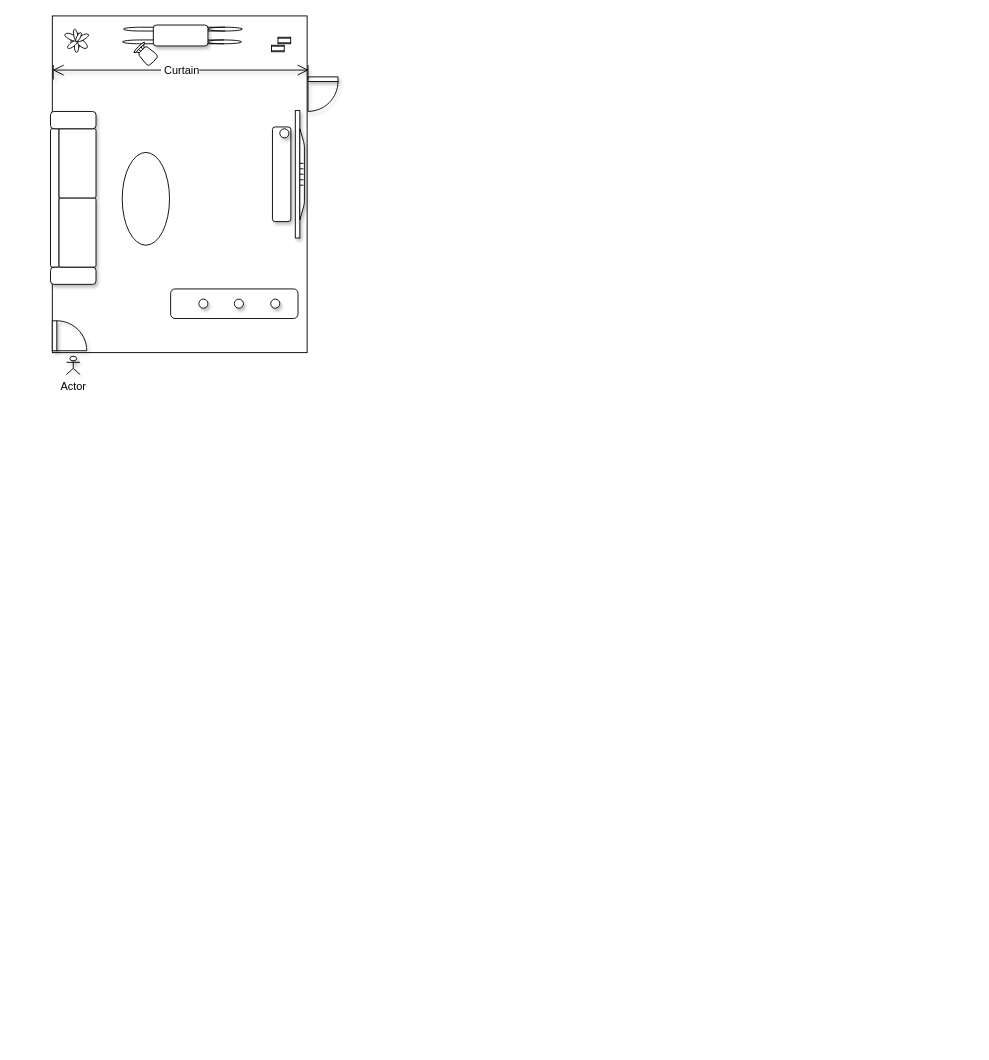
The draw.io diagram PowerofAqara.drawio in UTOUUCENTER-CD/Adv-Mathematics, before the edit. Source tidied: cells renumbered, new cells numbered last; positions are measured from the earlier drawing's top-left corner, leaving out a move shared by most shapes. Both pictures are drawn from the tidied source at 91%, with x=0, y=0 at pixel (-14, -31).
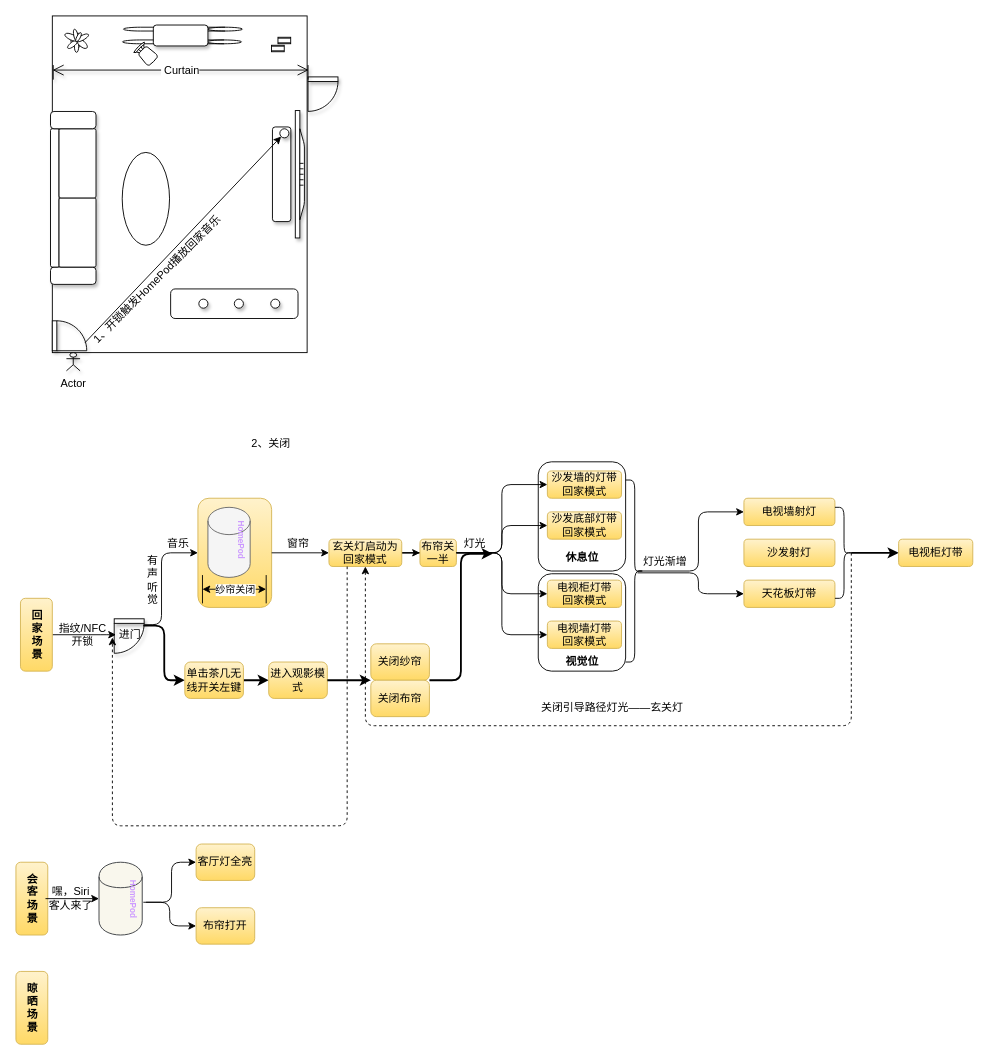
Above is the later version.

The change refers to these unchanged cells:
```xml
<mxCell id="9" style="ellipse;whiteSpace=wrap;html=1;shadow=1;" parent="1" vertex="1">
  <mxGeometry x="322" y="175" width="10" height="10" as="geometry" />
</mxCell>
<mxCell id="11" style="verticalLabelPosition=bottom;html=1;verticalAlign=top;align=center;shape=mxgraph.floorplan.doorRight;shadow=1;rotation=-90;flipH=1;" parent="1" vertex="1">
  <mxGeometry x="73" y="385" width="32.9" height="35" as="geometry" />
</mxCell>
```

Diff of the diagram source:
```diff
@@
+    <mxCell id="24" style="rounded=1;whiteSpace=wrap;html=1;shadow=0;" parent="1" vertex="1">
+      <mxGeometry x="606" y="664" width="96" height="107" as="geometry" />
+    </mxCell>
+    <mxCell id="25" style="rounded=1;whiteSpace=wrap;html=1;shadow=0;" parent="1" vertex="1">
+      <mxGeometry x="606" y="541" width="96" height="120" as="geometry" />
+    </mxCell>
@@
     <mxCell id="3" value="Actor" style="shape=umlActor;verticalLabelPosition=bottom;verticalAlign=top;html=1;shadow=1;" parent="1" vertex="1">
-      <mxGeometry x="87.5" y="425" width="15" height="20" as="geometry" />
+      <mxGeometry x="87.5" y="421" width="15" height="20" as="geometry" />
     </mxCell>
@@
+    <mxCell id="26" style="group;" parent="1" vertex="1">
+      <mxGeometry x="243" y="591" width="72.4" height="110" as="geometry" />
+    </mxCell>
+    <mxCell id="27" style="rounded=1;whiteSpace=wrap;html=1;shadow=0;gradientColor=#ffd966;fillColor=#fff2cc;strokeColor=#d6b656;" parent="26" vertex="1">
+      <mxGeometry x="-11" y="-10" width="81" height="120" as="geometry" />
+    </mxCell>
+    <mxCell id="28" style="shape=cylinder3;whiteSpace=wrap;html=1;boundedLbl=1;backgroundOutline=1;size=15;shadow=0;fillColor=#f5f5f5;strokeColor=#666666;fontColor=#333333;" parent="26" vertex="1">
+      <mxGeometry width="46.4" height="77" as="geometry" />
+    </mxCell>
+    <mxCell id="29" value="&lt;b&gt;&lt;font style=&quot;font-size: 9px&quot; color=&quot;#cc99ff&quot;&gt;HomePod&lt;/font&gt;&lt;/b&gt;" style="text;html=1;align=center;verticalAlign=middle;rotation=90;" parent="26" vertex="1">
+      <mxGeometry x="2.4" y="26" width="70" height="20" as="geometry" />
+    </mxCell>
+    <mxCell id="30" style="endArrow=classic;html=1;exitX=0.728;exitY=1.029;exitDx=0;exitDy=0;exitPerimeter=0;entryX=0;entryY=1;entryDx=0;entryDy=0;" parent="1" edge="1" source="11" target="9">
+      <mxGeometry relative="1" as="geometry" />
+    </mxCell>
+    <mxCell id="31" value="1、开锁触发HomePod播放回家音乐" style="text;html=1;align=center;verticalAlign=middle;rotation=-45;" parent="1" vertex="1">
+      <mxGeometry x="82" y="331" width="210" height="20" as="geometry" />
+    </mxCell>
+    <mxCell id="32" value="2、关闭" style="text;html=1;align=center;verticalAlign=middle;" parent="1" vertex="1">
+      <mxGeometry x="282" y="511" width="60" height="20" as="geometry" />
+    </mxCell>
+    <mxCell id="33" style="edgeStyle=elbowEdgeStyle;elbow=horizontal;endArrow=classic;html=1;exitX=1;exitY=0.5;exitDx=0;exitDy=0;" parent="1" edge="1" source="34">
+      <mxGeometry relative="1" as="geometry">
+        <mxPoint x="142" y="731" as="targetPoint" />
+        <Array as="points">
+          <mxPoint x="126.7" y="740.5" />
+        </Array>
+      </mxGeometry>
+    </mxCell>
+    <mxCell id="34" style="rounded=1;whiteSpace=wrap;html=1;shadow=0;gradientColor=#ffd966;fillColor=#fff2cc;strokeColor=#d6b656;" parent="1" vertex="1">
+      <mxGeometry x="37" y="691" width="35" height="80" as="geometry" />
+    </mxCell>
+    <mxCell id="35" value="&lt;b&gt;回&lt;br&gt;家&lt;br&gt;场&lt;br&gt;景&lt;/b&gt;" style="text;html=1;align=center;verticalAlign=middle;" parent="1" vertex="1">
+      <mxGeometry x="39.5" y="701" width="30" height="60" as="geometry" />
+    </mxCell>
+    <mxCell id="36" value="指纹/NFC&lt;br&gt;开锁" style="text;html=1;align=center;verticalAlign=middle;" parent="1" vertex="1">
+      <mxGeometry x="70" y="716" width="70" height="30" as="geometry" />
+    </mxCell>
+    <mxCell id="37" style="verticalLabelPosition=bottom;html=1;verticalAlign=top;align=center;shape=mxgraph.floorplan.doorRight;shadow=1;rotation=0;flipH=1;" parent="1" vertex="1">
+      <mxGeometry x="140" y="713.5" width="32.9" height="35" as="geometry" />
+    </mxCell>
+    <mxCell id="38" value="进门" style="text;html=1;align=center;verticalAlign=middle;points=[];" parent="1" vertex="1">
+      <mxGeometry x="136.5" y="721" width="40" height="20" as="geometry" />
+    </mxCell>
+    <mxCell id="39" style="edgeStyle=elbowEdgeStyle;elbow=horizontal;endArrow=classic;html=1;exitX=0.913;exitY=-0.05;exitDx=0;exitDy=0;exitPerimeter=0;entryX=0;entryY=0.5;entryDx=0;entryDy=0;" parent="1" edge="1" source="38" target="27">
+      <mxGeometry relative="1" as="geometry">
+        <Array as="points">
+          <mxPoint x="192" y="691" />
+        </Array>
+      </mxGeometry>
+    </mxCell>
+    <mxCell id="40" style="shape=partialRectangle;whiteSpace=wrap;html=1;left=0;right=0;fillColor=none;shadow=0;rotation=90;" parent="1" vertex="1">
+      <mxGeometry x="257" y="646" width="30" height="70" as="geometry" />
+    </mxCell>
+    <mxCell id="41" style="endArrow=classic;startArrow=classic;html=1;exitX=0.5;exitY=1;exitDx=0;exitDy=0;entryX=0.5;entryY=0;entryDx=0;entryDy=0;" parent="1" edge="1" source="40" target="40">
+      <mxGeometry relative="1" as="geometry" />
+    </mxCell>
+    <mxCell id="42" value="纱帘关闭" style="edgeLabel;html=1;align=center;verticalAlign=middle;" parent="41" vertex="1">
+      <mxGeometry x="-0.37" relative="1" as="geometry">
+        <mxPoint x="13" as="offset" />
+      </mxGeometry>
+    </mxCell>
+    <mxCell id="43" style="edgeStyle=orthogonalEdgeStyle;rounded=0;jettySize=auto;html=1;" parent="1" edge="1" source="44" target="46">
+      <mxGeometry relative="1" as="geometry" />
+    </mxCell>
+    <mxCell id="44" value="玄关灯启动为回家模式" style="whiteSpace=wrap;html=1;rounded=1;shadow=0;strokeColor=#d6b656;fillColor=#fff2cc;gradientColor=#ffd966;" parent="1" vertex="1">
+      <mxGeometry x="376" y="626" width="80" height="30" as="geometry" />
+    </mxCell>
+    <mxCell id="45" style="edgeStyle=orthogonalEdgeStyle;rounded=0;jettySize=auto;html=1;" parent="1" edge="1" source="27" target="44">
+      <mxGeometry relative="1" as="geometry" />
+    </mxCell>
+    <mxCell id="46" value="布帘关一半" style="whiteSpace=wrap;html=1;rounded=1;shadow=0;strokeColor=#d6b656;fillColor=#fff2cc;gradientColor=#ffd966;" parent="1" vertex="1">
+      <mxGeometry x="476" y="626" width="40" height="30" as="geometry" />
+    </mxCell>
+    <mxCell id="47" value="沙发墙的灯带回家模式" style="whiteSpace=wrap;html=1;rounded=1;shadow=0;strokeColor=#d6b656;fillColor=#fff2cc;gradientColor=#ffd966;" parent="1" vertex="1">
+      <mxGeometry x="616" y="551" width="81.5" height="30" as="geometry" />
+    </mxCell>
+    <mxCell id="48" value="沙发底部灯带回家模式" style="whiteSpace=wrap;html=1;rounded=1;shadow=0;strokeColor=#d6b656;fillColor=#fff2cc;gradientColor=#ffd966;" parent="1" vertex="1">
+      <mxGeometry x="616" y="596" width="81.5" height="30" as="geometry" />
+    </mxCell>
+    <mxCell id="49" style="edgeStyle=elbowEdgeStyle;elbow=horizontal;endArrow=classic;html=1;exitX=1;exitY=0.5;exitDx=0;exitDy=0;entryX=0;entryY=0.5;entryDx=0;entryDy=0;" parent="1" edge="1" source="46" target="47">
+      <mxGeometry relative="1" as="geometry" />
+    </mxCell>
+    <mxCell id="50" style="edgeStyle=elbowEdgeStyle;elbow=horizontal;endArrow=classic;html=1;exitX=1;exitY=0.5;exitDx=0;exitDy=0;entryX=0;entryY=0.5;entryDx=0;entryDy=0;" parent="1" edge="1" source="46" target="48">
+      <mxGeometry relative="1" as="geometry" />
+    </mxCell>
+    <mxCell id="51" value="电视柜灯带&lt;br&gt;回家模式" style="whiteSpace=wrap;html=1;rounded=1;shadow=0;strokeColor=#d6b656;fillColor=#fff2cc;gradientColor=#ffd966;" parent="1" vertex="1">
+      <mxGeometry x="616" y="671" width="81.5" height="30" as="geometry" />
+    </mxCell>
+    <mxCell id="52" style="edgeStyle=elbowEdgeStyle;elbow=horizontal;endArrow=classic;html=1;exitX=1;exitY=0.5;exitDx=0;exitDy=0;entryX=0;entryY=0.5;entryDx=0;entryDy=0;" parent="1" edge="1" source="46" target="51">
+      <mxGeometry relative="1" as="geometry" />
+    </mxCell>
+    <mxCell id="53" value="电视墙灯带&lt;br&gt;回家模式" style="whiteSpace=wrap;html=1;rounded=1;shadow=0;strokeColor=#d6b656;fillColor=#fff2cc;gradientColor=#ffd966;" parent="1" vertex="1">
+      <mxGeometry x="616" y="716" width="81.5" height="30" as="geometry" />
+    </mxCell>
+    <mxCell id="54" style="edgeStyle=elbowEdgeStyle;elbow=horizontal;endArrow=classic;html=1;exitX=1;exitY=0.5;exitDx=0;exitDy=0;entryX=0;entryY=0.5;entryDx=0;entryDy=0;" parent="1" edge="1" source="46" target="53">
+      <mxGeometry relative="1" as="geometry" />
+    </mxCell>
+    <mxCell id="55" value="灯光" style="text;html=1;align=center;verticalAlign=middle;points=[];" parent="1" vertex="1">
+      <mxGeometry x="516" y="621" width="40" height="20" as="geometry" />
+    </mxCell>
+    <mxCell id="56" value="音乐" style="text;html=1;align=center;verticalAlign=middle;" parent="1" vertex="1">
+      <mxGeometry x="190" y="621" width="40" height="20" as="geometry" />
+    </mxCell>
+    <mxCell id="57" value="窗帘" style="text;html=1;align=center;verticalAlign=middle;" parent="1" vertex="1">
+      <mxGeometry x="322" y="621" width="40" height="20" as="geometry" />
+    </mxCell>
+    <mxCell id="58" value="&lt;b&gt;休息位&lt;/b&gt;" style="text;html=1;align=center;verticalAlign=middle;" parent="1" vertex="1">
+      <mxGeometry x="629" y="636" width="50" height="20" as="geometry" />
+    </mxCell>
+    <mxCell id="59" value="&lt;b&gt;视觉位&lt;/b&gt;" style="text;html=1;align=center;verticalAlign=middle;" parent="1" vertex="1">
+      <mxGeometry x="629" y="751" width="50" height="20" as="geometry" />
+    </mxCell>
+    <mxCell id="60" value="有&lt;br&gt;声&lt;br&gt;听&lt;br&gt;觉" style="text;html=1;align=center;verticalAlign=middle;rotation=0;" parent="1" vertex="1">
+      <mxGeometry x="166.7" y="641" width="30" height="60" as="geometry" />
+    </mxCell>
+    <mxCell id="61" style="shape=curlyBracket;whiteSpace=wrap;html=1;rounded=1;shadow=0;rotation=-180;" parent="1" vertex="1">
+      <mxGeometry x="702" y="561" width="20" height="200" as="geometry" />
+    </mxCell>
+    <mxCell id="62" value="电视墙射灯" style="whiteSpace=wrap;html=1;rounded=1;shadow=0;gradientColor=#ffd966;fillColor=#fff2cc;strokeColor=#d6b656;" parent="1" vertex="1">
+      <mxGeometry x="832" y="581" width="100" height="30" as="geometry" />
+    </mxCell>
+    <mxCell id="63" value="灯光渐增" style="text;html=1;align=center;verticalAlign=middle;points=[];" parent="1" vertex="1">
+      <mxGeometry x="715" y="641" width="60" height="20" as="geometry" />
+    </mxCell>
+    <mxCell id="64" style="edgeStyle=elbowEdgeStyle;elbow=horizontal;endArrow=classic;html=1;entryX=0;entryY=0.5;entryDx=0;entryDy=0;exitX=0.017;exitY=1;exitDx=0;exitDy=0;exitPerimeter=0;" parent="1" edge="1" source="63" target="62">
+      <mxGeometry relative="1" as="geometry">
+        <Array as="points">
+          <mxPoint x="782" y="611" />
+        </Array>
+      </mxGeometry>
+    </mxCell>
+    <mxCell id="65" value="天花板灯带" style="whiteSpace=wrap;html=1;rounded=1;shadow=0;gradientColor=#ffd966;fillColor=#fff2cc;strokeColor=#d6b656;" parent="1" vertex="1">
+      <mxGeometry x="832" y="671" width="100" height="30" as="geometry" />
+    </mxCell>
+    <mxCell id="66" value="沙发射灯" style="whiteSpace=wrap;html=1;rounded=1;shadow=0;gradientColor=#ffd966;fillColor=#fff2cc;strokeColor=#d6b656;" parent="1" vertex="1">
+      <mxGeometry x="832" y="626" width="100" height="30" as="geometry" />
+    </mxCell>
+    <mxCell id="67" style="edgeStyle=elbowEdgeStyle;elbow=horizontal;endArrow=classic;html=1;entryX=0;entryY=0.5;entryDx=0;entryDy=0;exitX=0;exitY=1.1;exitDx=0;exitDy=0;exitPerimeter=0;" parent="1" edge="1" source="63" target="65">
+      <mxGeometry relative="1" as="geometry">
+        <Array as="points">
+          <mxPoint x="782" y="663" />
+          <mxPoint x="792" y="621" />
+        </Array>
+      </mxGeometry>
+    </mxCell>
+    <mxCell id="68" style="shape=curlyBracket;whiteSpace=wrap;html=1;rounded=1;shadow=0;rotation=-180;" parent="1" vertex="1">
+      <mxGeometry x="932" y="591" width="20" height="100" as="geometry" />
+    </mxCell>
+    <mxCell id="69" style="edgeStyle=elbowEdgeStyle;elbow=vertical;endArrow=classic;html=1;exitX=0.1;exitY=0.5;exitDx=0;exitDy=0;exitPerimeter=0;entryX=0.5;entryY=1;entryDx=0;entryDy=0;dashed=1;" parent="1" edge="1" source="68" target="44">
+      <mxGeometry relative="1" as="geometry">
+        <Array as="points">
+          <mxPoint x="522" y="831" />
+          <mxPoint x="852" y="821" />
+          <mxPoint x="1012" y="751" />
+          <mxPoint x="792" y="791" />
+        </Array>
+      </mxGeometry>
+    </mxCell>
+    <mxCell id="70" value="关闭引导路径灯光——玄关灯" style="text;html=1;align=center;verticalAlign=middle;" parent="1" vertex="1">
+      <mxGeometry x="602" y="801" width="170" height="20" as="geometry" />
+    </mxCell>
+    <mxCell id="71" style="edgeStyle=elbowEdgeStyle;elbow=horizontal;endArrow=classic;html=1;dashed=1;exitX=0.25;exitY=1;exitDx=0;exitDy=0;entryX=0.038;entryY=0.65;entryDx=0;entryDy=0;entryPerimeter=0;" parent="1" edge="1" source="44" target="38">
+      <mxGeometry relative="1" as="geometry">
+        <Array as="points">
+          <mxPoint x="222" y="941" />
+        </Array>
+      </mxGeometry>
+    </mxCell>
+    <mxCell id="72" style="edgeStyle=elbowEdgeStyle;elbow=horizontal;endArrow=classic;html=1;strokeWidth=2;entryX=0;entryY=0.5;entryDx=0;entryDy=0;" parent="1" edge="1" target="74">
+      <mxGeometry relative="1" as="geometry">
+        <mxPoint x="172" y="721" as="sourcePoint" />
+      </mxGeometry>
+    </mxCell>
+    <mxCell id="73" style="edgeStyle=orthogonalEdgeStyle;rounded=0;jettySize=auto;html=1;strokeWidth=2;" parent="1" edge="1" source="74" target="75">
+      <mxGeometry relative="1" as="geometry" />
+    </mxCell>
+    <mxCell id="74" value="单击茶几无线开关左键&lt;br&gt;" style="whiteSpace=wrap;html=1;rounded=1;shadow=0;strokeColor=#d6b656;fillColor=#fff2cc;gradientColor=#ffd966;" parent="1" vertex="1">
+      <mxGeometry x="217.6" y="761" width="64.4" height="40" as="geometry" />
+    </mxCell>
+    <mxCell id="75" value="进入观影模式" style="whiteSpace=wrap;html=1;rounded=1;shadow=0;strokeColor=#d6b656;fillColor=#fff2cc;gradientColor=#ffd966;" parent="1" vertex="1">
+      <mxGeometry x="309.8" y="761" width="64.4" height="40" as="geometry" />
+    </mxCell>
+    <mxCell id="76" style="edgeStyle=elbowEdgeStyle;elbow=horizontal;endArrow=classic;html=1;strokeWidth=2;exitX=1;exitY=0.5;exitDx=0;exitDy=0;entryX=0;entryY=0;entryDx=0;entryDy=0;" parent="1" edge="1" source="75" target="79">
+      <mxGeometry relative="1" as="geometry" />
+    </mxCell>
+    <mxCell id="77" style="group;" parent="1" vertex="1">
+      <mxGeometry x="422" y="741" width="64.4" height="80" as="geometry" />
+    </mxCell>
+    <mxCell id="78" value="关闭纱帘" style="whiteSpace=wrap;html=1;rounded=1;shadow=0;strokeColor=#d6b656;fillColor=#fff2cc;gradientColor=#ffd966;" parent="77" vertex="1">
+      <mxGeometry width="64.4" height="40" as="geometry" />
+    </mxCell>
+    <mxCell id="79" value="关闭布帘" style="whiteSpace=wrap;html=1;rounded=1;shadow=0;strokeColor=#d6b656;fillColor=#fff2cc;gradientColor=#ffd966;" parent="77" vertex="1">
+      <mxGeometry y="40" width="64.4" height="40" as="geometry" />
+    </mxCell>
+    <mxCell id="80" style="edgeStyle=elbowEdgeStyle;elbow=horizontal;endArrow=classic;html=1;strokeWidth=2;exitX=1;exitY=0;exitDx=0;exitDy=0;entryX=1;entryY=1.05;entryDx=0;entryDy=0;entryPerimeter=0;" parent="1" edge="1" source="79" target="55">
+      <mxGeometry relative="1" as="geometry" />
+    </mxCell>
+    <mxCell id="81" style="edgeStyle=elbowEdgeStyle;elbow=horizontal;endArrow=classic;html=1;strokeWidth=2;exitX=0.1;exitY=0.5;exitDx=0;exitDy=0;exitPerimeter=0;entryX=0;entryY=0.5;entryDx=0;entryDy=0;" parent="1" edge="1" source="68" target="82">
+      <mxGeometry relative="1" as="geometry" />
+    </mxCell>
+    <mxCell id="82" value="电视柜灯带" style="whiteSpace=wrap;html=1;rounded=1;shadow=0;strokeColor=#d6b656;fillColor=#fff2cc;gradientColor=#ffd966;" parent="1" vertex="1">
+      <mxGeometry x="1002" y="626" width="81.5" height="30" as="geometry" />
+    </mxCell>
+    <mxCell id="83" style="rounded=1;whiteSpace=wrap;html=1;shadow=0;gradientColor=#ffd966;fillColor=#fff2cc;strokeColor=#d6b656;strokeWidth=1;" parent="1" vertex="1">
+      <mxGeometry x="32" y="981" width="35" height="80" as="geometry" />
+    </mxCell>
+    <mxCell id="84" style="edgeStyle=orthogonalEdgeStyle;rounded=0;jettySize=auto;html=1;strokeWidth=1;" parent="1" edge="1" source="85" target="86">
+      <mxGeometry relative="1" as="geometry" />
+    </mxCell>
+    <mxCell id="85" value="&lt;b&gt;会&lt;br&gt;客&lt;br&gt;场&lt;br&gt;景&lt;/b&gt;" style="text;html=1;align=center;verticalAlign=middle;points=[];strokeWidth=1;" parent="1" vertex="1">
+      <mxGeometry x="34.5" y="991" width="30" height="60" as="geometry" />
+    </mxCell>
+    <mxCell id="86" style="shape=cylinder;whiteSpace=wrap;html=1;boundedLbl=1;backgroundOutline=1;shadow=0;fillColor=#f9f7ed;strokeColor=#36393d;strokeWidth=1;" parent="1" vertex="1">
+      <mxGeometry x="123.3" y="981" width="47.5" height="80" as="geometry" />
+    </mxCell>
+    <mxCell id="87" value="&lt;b&gt;&lt;font style=&quot;font-size: 9px&quot; color=&quot;#cc99ff&quot;&gt;HomePod&lt;/font&gt;&lt;/b&gt;" style="text;html=1;align=center;verticalAlign=middle;points=[];rotation=90;strokeWidth=1;" parent="1" vertex="1">
+      <mxGeometry x="126.7" y="1011" width="70" height="20" as="geometry" />
+    </mxCell>
+    <mxCell id="88" value="嘿，Siri&lt;br&gt;客人来了" style="text;html=1;align=center;verticalAlign=middle;strokeWidth=1;" parent="1" vertex="1">
+      <mxGeometry x="61.5" y="1006" width="60" height="30" as="geometry" />
+    </mxCell>
+    <mxCell id="89" value="客厅灯全亮" style="whiteSpace=wrap;html=1;rounded=1;shadow=0;strokeColor=#d6b656;fillColor=#fff2cc;gradientColor=#ffd966;strokeWidth=1;" parent="1" vertex="1">
+      <mxGeometry x="230" y="961" width="64.4" height="40" as="geometry" />
+    </mxCell>
+    <mxCell id="90" value="布帘打开" style="whiteSpace=wrap;html=1;rounded=1;shadow=0;strokeColor=#d6b656;fillColor=#fff2cc;gradientColor=#ffd966;strokeWidth=1;" parent="1" vertex="1">
+      <mxGeometry x="230" y="1031" width="64.4" height="40" as="geometry" />
+    </mxCell>
+    <mxCell id="91" style="edgeStyle=elbowEdgeStyle;elbow=horizontal;endArrow=classic;html=1;strokeWidth=1;exitX=0.557;exitY=-0.166;exitDx=0;exitDy=0;exitPerimeter=0;entryX=0;entryY=0.5;entryDx=0;entryDy=0;" parent="1" edge="1" source="87" target="89">
+      <mxGeometry relative="1" as="geometry" />
+    </mxCell>
+    <mxCell id="92" style="edgeStyle=elbowEdgeStyle;elbow=horizontal;endArrow=classic;html=1;strokeWidth=1;exitX=0.557;exitY=-0.016;exitDx=0;exitDy=0;exitPerimeter=0;entryX=0;entryY=0.5;entryDx=0;entryDy=0;" parent="1" edge="1" source="87" target="90">
+      <mxGeometry relative="1" as="geometry" />
+    </mxCell>
+    <mxCell id="93" style="rounded=1;whiteSpace=wrap;html=1;shadow=0;gradientColor=#ffd966;fillColor=#fff2cc;strokeColor=#d6b656;strokeWidth=1;" parent="1" vertex="1">
+      <mxGeometry x="32" y="1101" width="35" height="80" as="geometry" />
+    </mxCell>
+    <mxCell id="94" value="&lt;b&gt;晾&lt;br&gt;晒&lt;br&gt;场&lt;br&gt;景&lt;/b&gt;" style="text;html=1;align=center;verticalAlign=middle;strokeWidth=1;" parent="1" vertex="1">
+      <mxGeometry x="34.5" y="1111" width="30" height="60" as="geometry" />
+    </mxCell>
```
